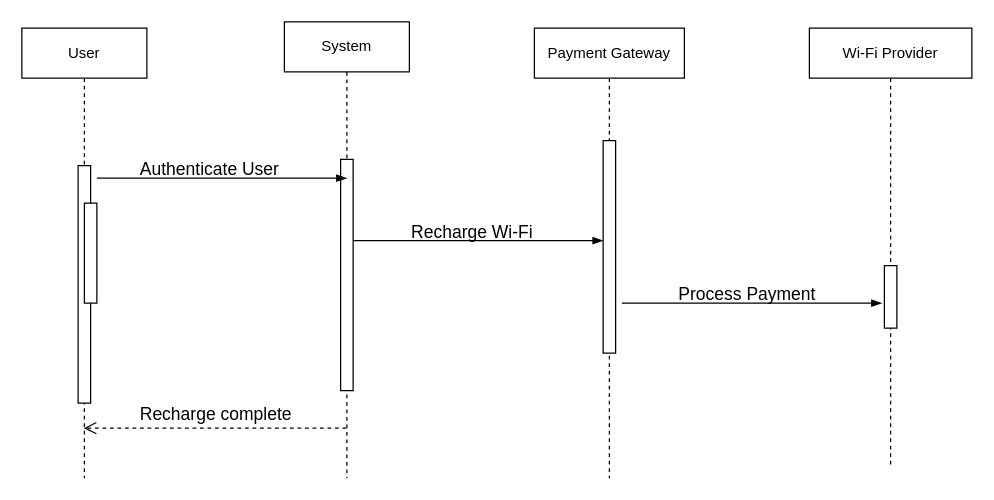
LeloKarma/website keeps this draw.io diagram as Sequence.drawio. Above is the earlier version. Source tidied: cells renumbered, new cells numbered last; positions are measured from the earlier drawing's top-left corner, leaving out a move shared by most shapes. Both pictures are drawn from the tidied source at 125%, with x=0, y=0 at pixel (21, 21).
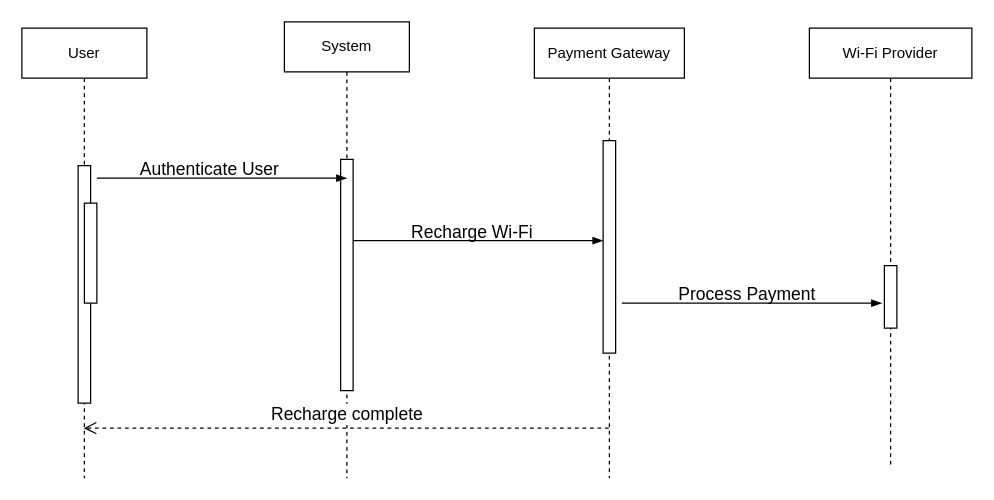
Above is the later version.

Unchanged cells that the change refers to:
```xml
<mxCell id="2" value="User" style="shape=umlLifeline;perimeter=lifelinePerimeter;whiteSpace=wrap;html=1;outlineConnect=0;portConstraint=eastwest;newEdgeStyle={&quot;edgeStyle&quot;:&quot;elbowEdgeStyle&quot;,&quot;elbow&quot;:&quot;vertical&quot;,&quot;curved&quot;:0,&quot;rounded&quot;:0};" parent="1" vertex="1">
  <mxGeometry y="5" width="100" height="360" as="geometry" />
</mxCell>
<mxCell id="5" value="System" style="shape=umlLifeline;perimeter=lifelinePerimeter;whiteSpace=wrap;html=1;outlineConnect=0;portConstraint=eastwest;newEdgeStyle={&quot;edgeStyle&quot;:&quot;elbowEdgeStyle&quot;,&quot;elbow&quot;:&quot;vertical&quot;,&quot;curved&quot;:0,&quot;rounded&quot;:0};" parent="1" vertex="1">
  <mxGeometry x="210" width="100" height="365" as="geometry" />
</mxCell>
<mxCell id="8" value="Payment Gateway" style="shape=umlLifeline;perimeter=lifelinePerimeter;whiteSpace=wrap;html=1;outlineConnect=0;portConstraint=eastwest;newEdgeStyle={&quot;edgeStyle&quot;:&quot;elbowEdgeStyle&quot;,&quot;elbow&quot;:&quot;vertical&quot;,&quot;curved&quot;:0,&quot;rounded&quot;:0};" parent="1" vertex="1">
  <mxGeometry x="410" y="5" width="120" height="360" as="geometry" />
</mxCell>
```

What changed in the source:
```diff
@@
-    <mxCell id="7" value="&lt;font style=&quot;font-size: 14px;&quot;&gt;Recharge complete&lt;/font&gt;" style="html=1;verticalAlign=bottom;endArrow=open;dashed=1;endSize=8;edgeStyle=elbowEdgeStyle;elbow=vertical;curved=0;rounded=0;" parent="1" edge="1" source="5" target="2">
+    <mxCell id="7" value="&lt;font style=&quot;font-size: 14px;&quot;&gt;Recharge complete&lt;/font&gt;" style="html=1;verticalAlign=bottom;endArrow=open;dashed=1;endSize=8;edgeStyle=elbowEdgeStyle;elbow=vertical;curved=0;rounded=0;" parent="1" edge="1" source="8" target="2">
       <mxGeometry relative="1" as="geometry">
         <Array as="points">
           <mxPoint x="155" y="325" />
         </Array>
       </mxGeometry>
     </mxCell>
```
